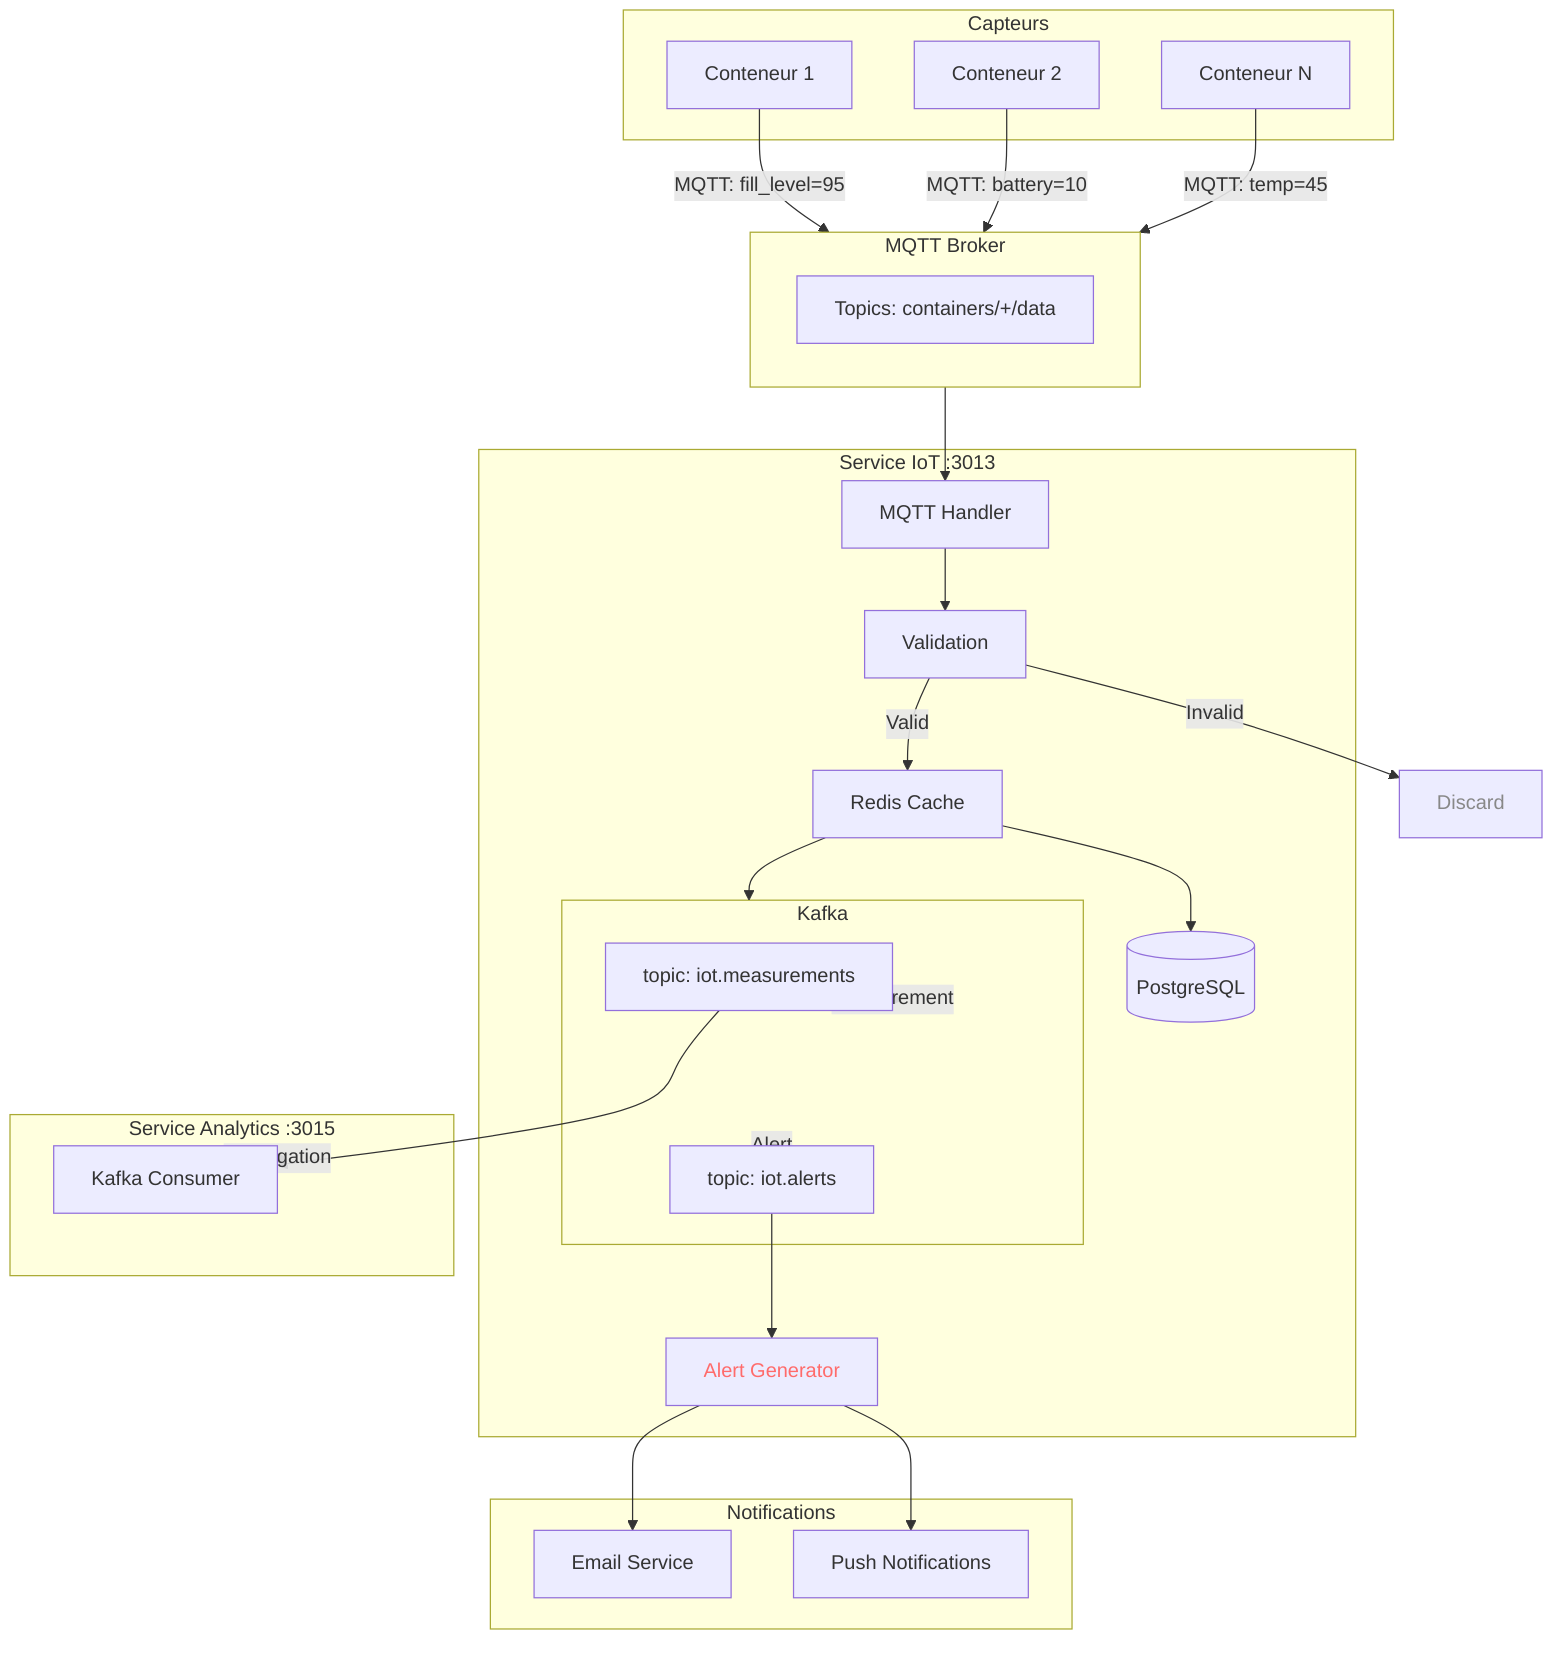
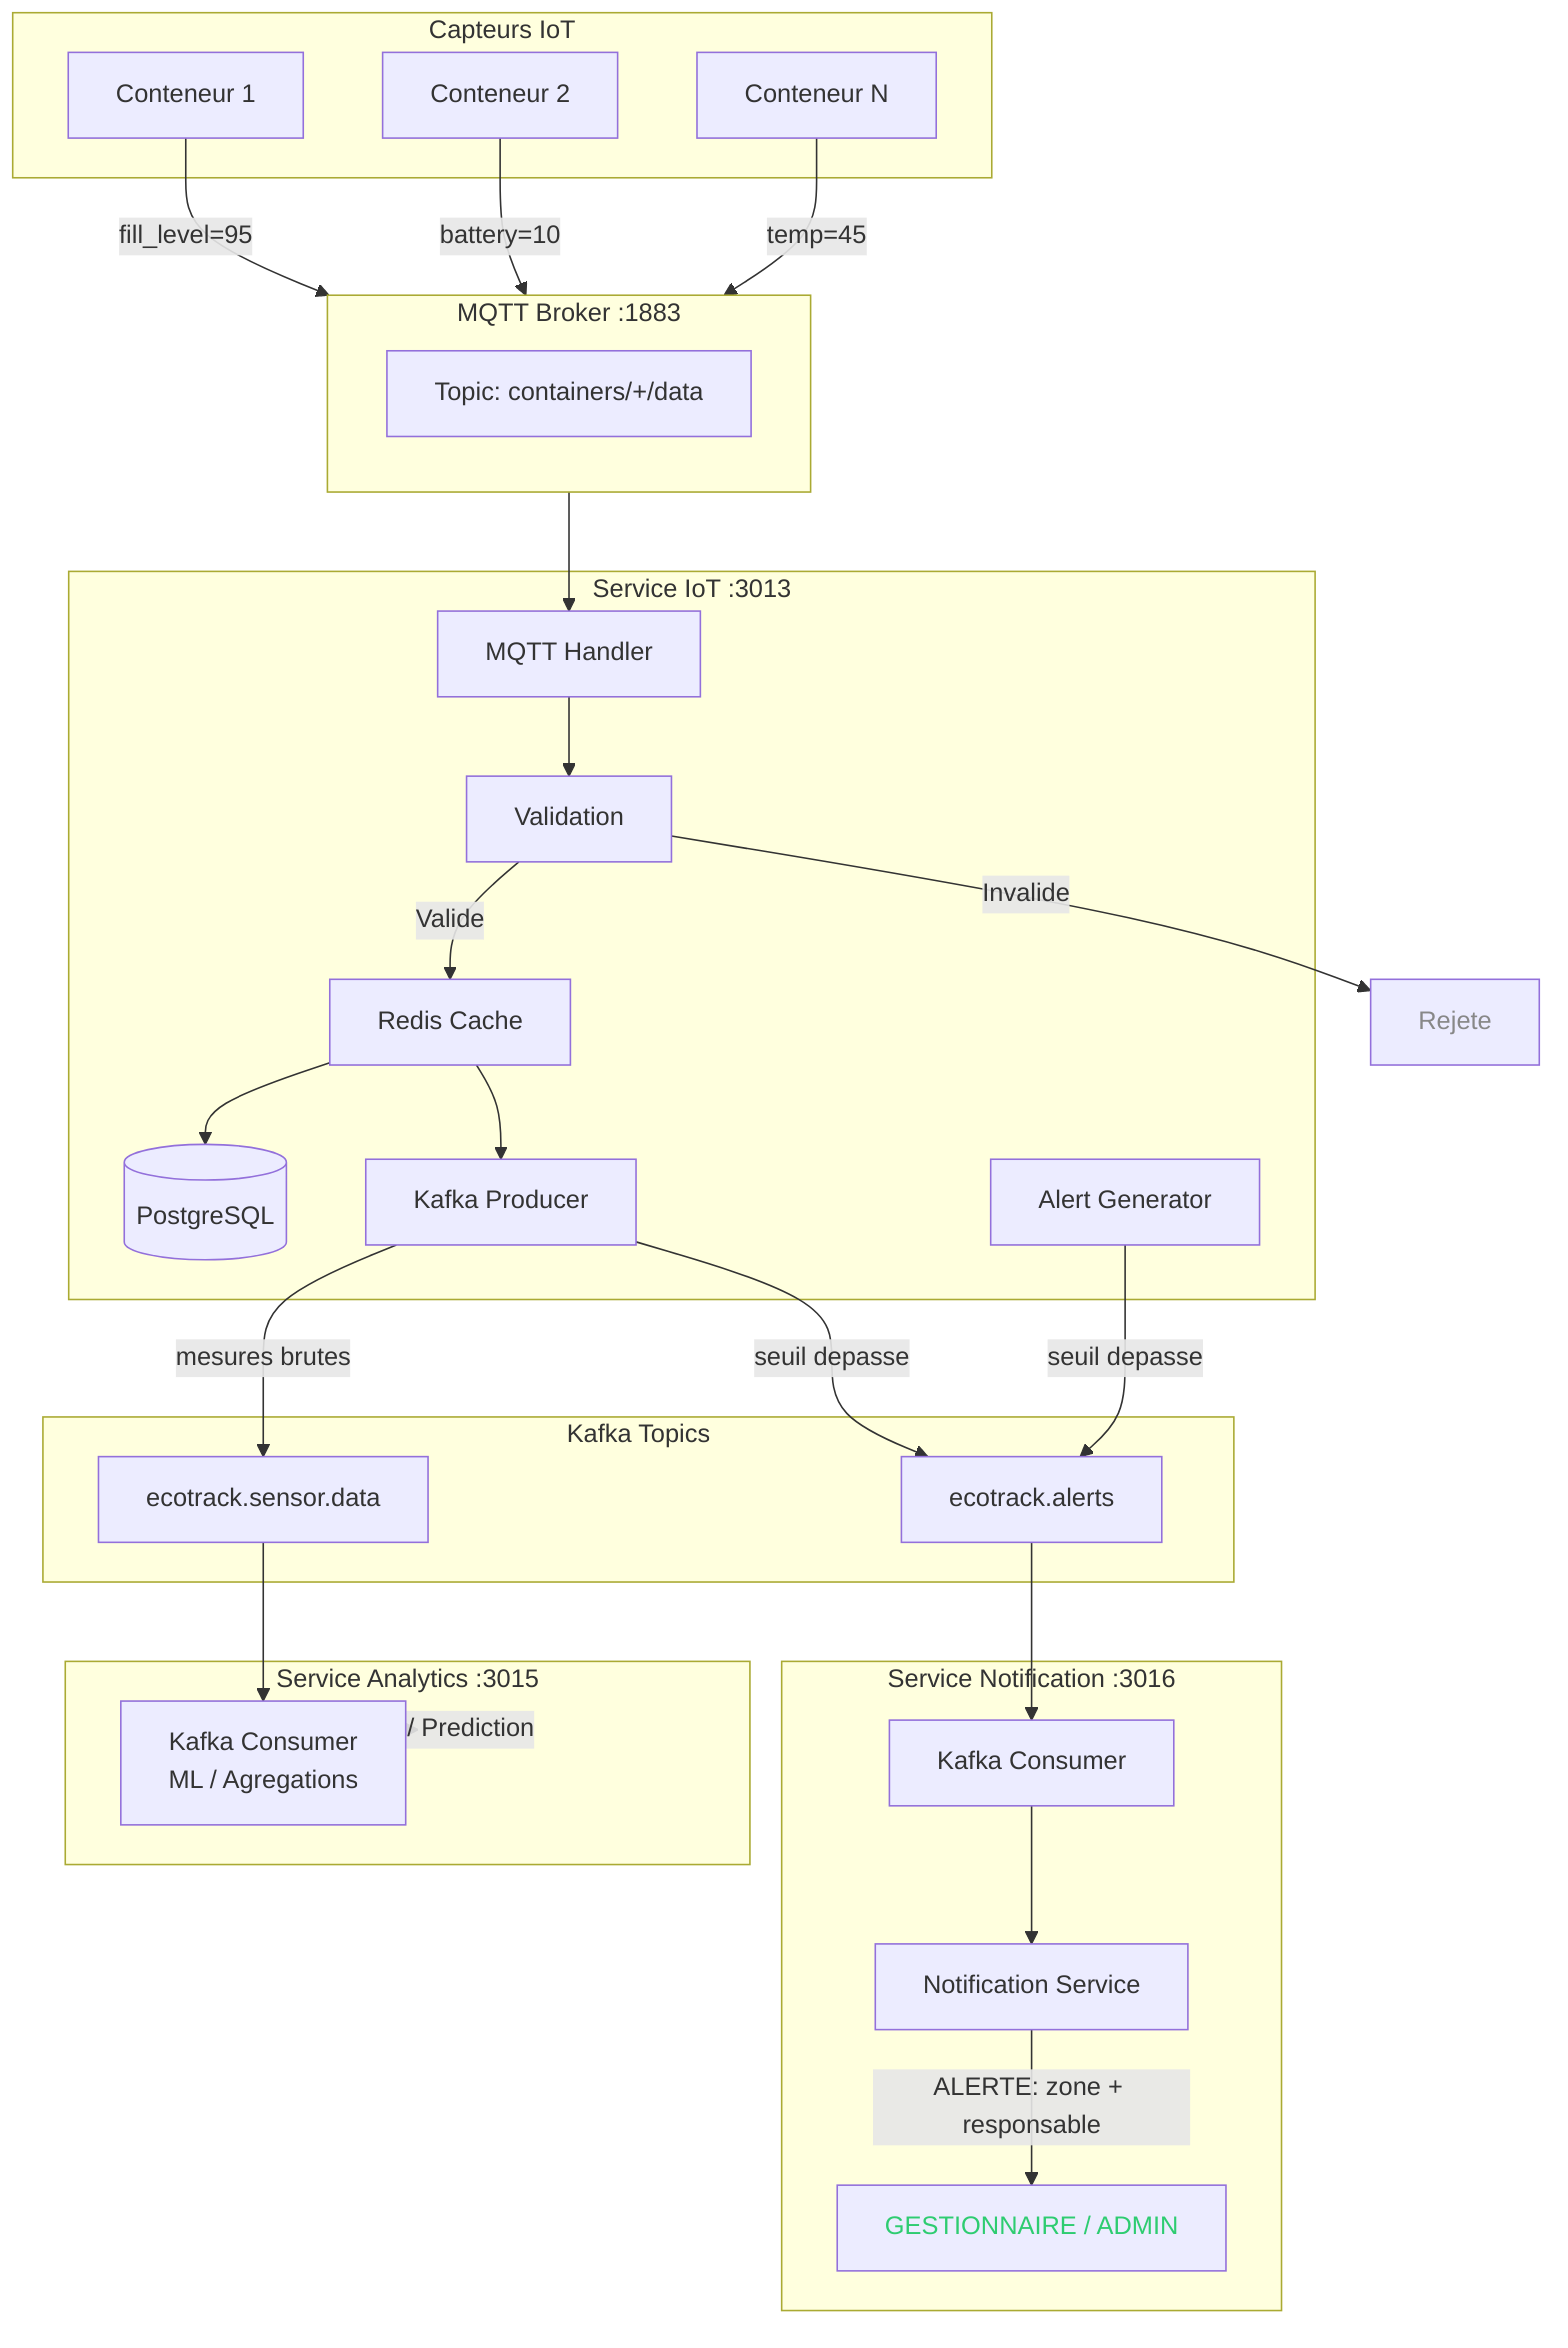
flowchart TB
-     subgraph Sensors["Capteurs"]
+     subgraph Sensors["Capteurs IoT"]
        C1[Conteneur 1]
        C2[Conteneur 2]
        C3[Conteneur N]
    end

-     subgraph MQTT["MQTT Broker"]
-         Topic[Topics: containers/+/data]
+     subgraph MQTT["MQTT Broker :1883"]
+         Topic[Topic: containers/+/data]
    end

    subgraph IoT["Service IoT :3013"]
        MQTTHandler[MQTT Handler]
        Validator[Validation]
        Cache[Redis Cache]
        DB[(PostgreSQL)]
-         Kafka[Kafka Producer]
-         Alerts[Alert Generator]
+         KafkaProducer[Kafka Producer]
+         AlertGen[Alert Generator]
    end

-     subgraph Kafka["Kafka"]
-         Topic1[topic: iot.measurements]
-         Topic2[topic: iot.alerts]
+     subgraph KafkaTopics["Kafka Topics"]
+         Topic1[ecotrack.sensor.data]
+         Topic2[ecotrack.alerts]
    end

    subgraph Analytics["Service Analytics :3015"]
-         Consumer[Kafka Consumer]
+         AnalyticsConsumer[Kafka Consumer<br/>ML / Agregations]
    end

-     subgraph Notifications["Notifications"]
-         Email[Email Service]
-         Push[Push Notifications]
+     subgraph Notification["Service Notification :3016"]
+         NotifConsumer[Kafka Consumer]
+         NotifService[Notification Service]
+         GESTIONNAIRE[GESTIONNAIRE / ADMIN]
    end

-     C1 -->|"MQTT: fill_level=95"| MQTT
-     C2 -->|"MQTT: battery=10"| MQTT
-     C3 -->|"MQTT: temp=45"| MQTT
+     C1 -->|"fill_level=95"| MQTT
+     C2 -->|"battery=10"| MQTT
+     C3 -->|"temp=45"| MQTT

    MQTT --> MQTTHandler
    MQTTHandler --> Validator
-     Validator -->|"Valid"| Cache
-     Validator -->|"Invalid"| Discard[Discard]
+     Validator -->|"Valide"| Cache
+     Validator -->|"Invalide"| Discard[Rejete]

    Cache --> DB
-     Cache --> Kafka
+     Cache --> KafkaProducer

-     Kafka -->|"Measurement"| Topic1
-     Kafka -->|"Alert"| Topic2
+     KafkaProducer -->|"mesures brutes"| Topic1
+     KafkaProducer -->|"seuil depasse"| Topic2
+     AlertGen -->|"seuil depasse"| Topic2

-     Topic1 --> Consumer
-     Consumer -->|"Aggregation"| Analytics
+     Topic1 --> AnalyticsConsumer
+     AnalyticsConsumer -->|"Agregation / Prediction"| Analytics

-     Topic2 --> Alerts
-     Alerts --> Email
-     Alerts --> Push
+     Topic2 --> NotifConsumer
+     NotifConsumer --> NotifService
+     NotifService -->|"ALERTE: zone + responsable"| GESTIONNAIRE

-     style Alerts color:#ff6b6b
    style Discard color:#888
+     style GESTIONNAIRE color:#2ecc71
    %% Donnees IoT
    %% Type | Frequence | Taille
    %% Niveau remplissage | 1/min | ~100 bytes
    %% Batterie | 1/30min | ~50 bytes
    %% Temperature | 1/15min | ~50 bytes

    %% Seuils d'alertes
    %% Type | Seuil Warning | Seuil Critical
    %% Remplissage | 70% | 90%
    %% Batterie | 20% | 10%
-     %% Temperature | 40C | 50C+     %% Temperature | 40C | 50C
